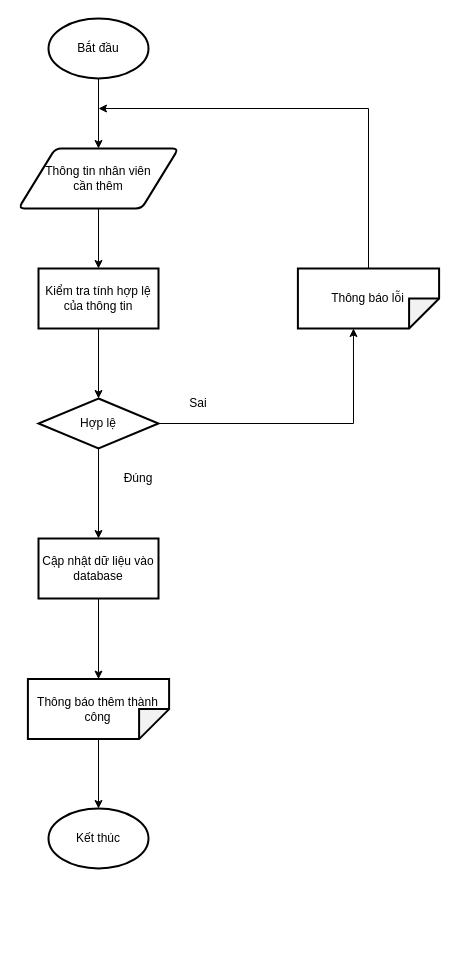
Earlier version of the draw.io diagram BRD_PRD/PRD/drawio flow 2/flowTHEMNV.drawio (hungtadasuke/CoffeShop_SoftwareTechnology). Source tidied: cells renumbered, new cells numbered last; positions are measured from the earlier drawing's top-left corner, leaving out a move shared by most shapes. Both pictures are drawn from the tidied source at 100%, with x=0, y=0 at pixel (18, 18).
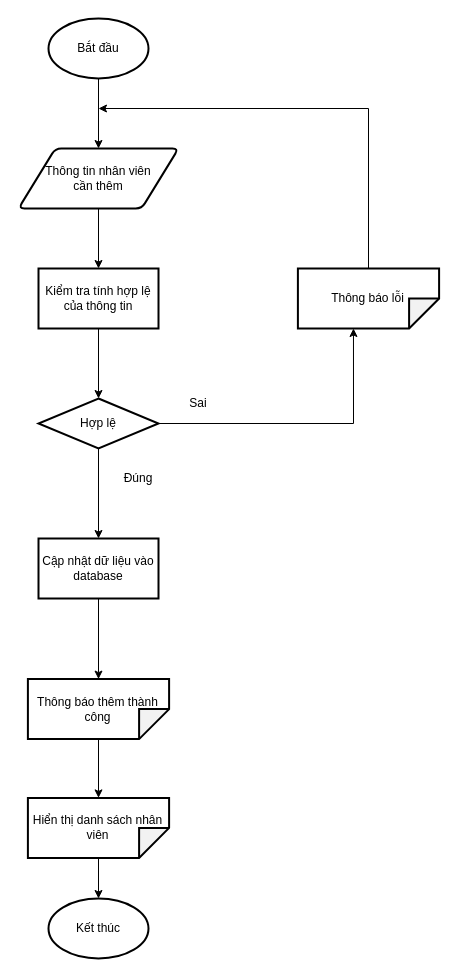
The same page after the edit.

Unchanged cells that the change refers to:
```xml
<mxCell id="17" value="Thông báo thêm thành công" style="shape=note;whiteSpace=wrap;html=1;backgroundOutline=1;darkOpacity=0.05;strokeWidth=2;rotation=90;spacing=2;labelBorderColor=none;fontColor=default;verticalAlign=middle;horizontal=0;" parent="1" vertex="1">
  <mxGeometry x="50" y="620" width="60" height="141.2" as="geometry" />
</mxCell>
```

Diff of the diagram source:
```diff
@@
     <mxCell id="4" value="Kết thúc" style="strokeWidth=2;html=1;shape=mxgraph.flowchart.start_1;whiteSpace=wrap;" parent="1" vertex="1">
-      <mxGeometry x="30" y="790" width="100" height="60" as="geometry" />
+      <mxGeometry x="30" y="880" width="100" height="60" as="geometry" />
     </mxCell>
@@
-    <mxCell id="16" style="edgeStyle=orthogonalEdgeStyle;rounded=0;jettySize=auto;html=1;" parent="1" edge="1" source="17" target="4">
+    <mxCell id="16" style="edgeStyle=orthogonalEdgeStyle;rounded=0;jettySize=auto;html=1;startArrow=none;" parent="1" edge="1" source="20" target="4">
       <mxGeometry relative="1" as="geometry" />
     </mxCell>
@@
+    <mxCell id="20" value="Hiển thị danh sách nhân viên" style="shape=note;whiteSpace=wrap;html=1;backgroundOutline=1;darkOpacity=0.05;strokeWidth=2;rotation=90;spacing=2;labelBorderColor=none;fontColor=default;verticalAlign=middle;horizontal=0;" parent="1" vertex="1">
+      <mxGeometry x="50" y="738.8" width="60" height="141.2" as="geometry" />
+    </mxCell>
+    <mxCell id="21" style="edgeStyle=orthogonalEdgeStyle;rounded=0;jettySize=auto;html=1;endArrow=classic;endFill=1;" parent="1" edge="1" source="17" target="20">
+      <mxGeometry relative="1" as="geometry" />
+    </mxCell>
```
